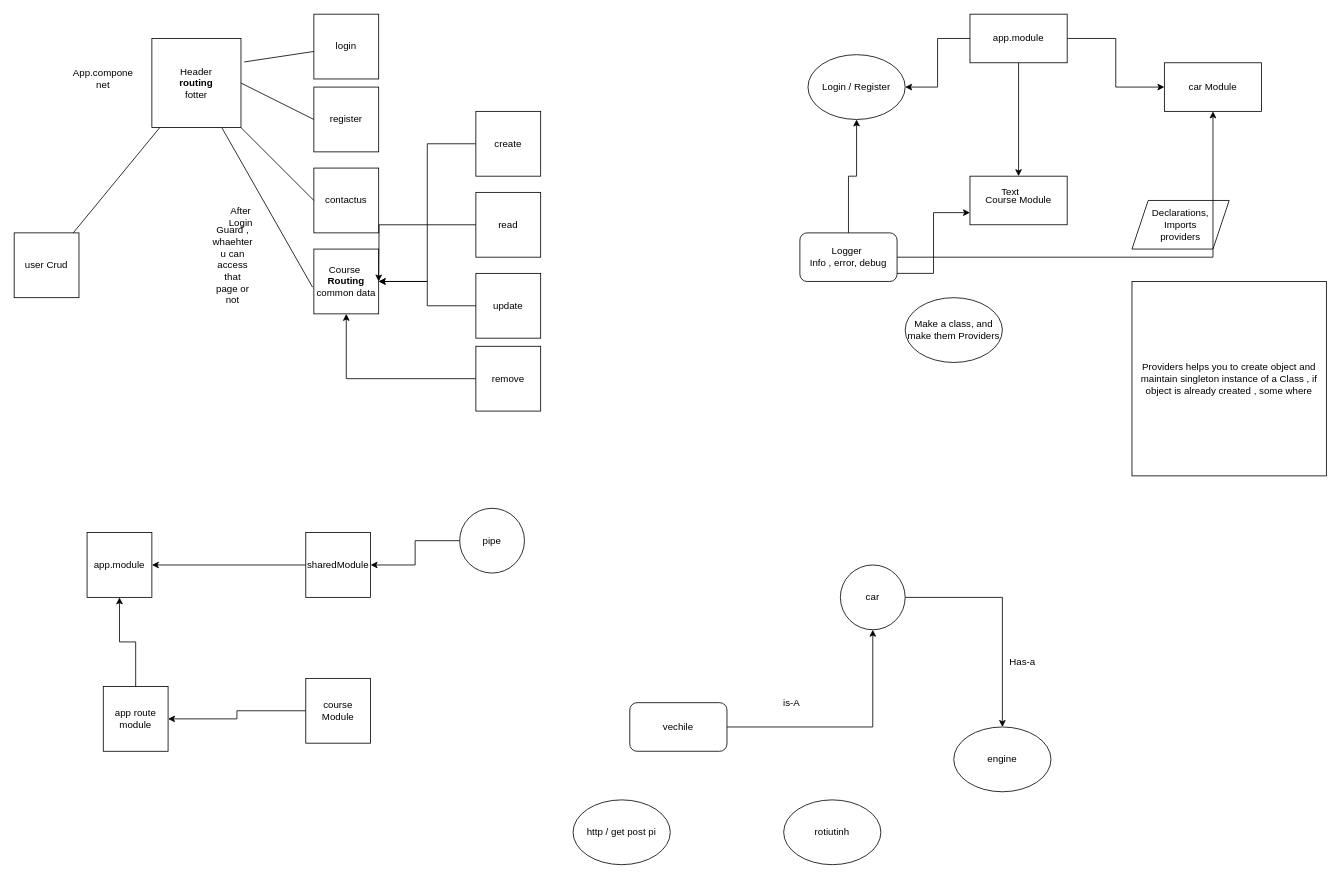
This is page "Page-1" (1 of 2) of course.drawio from lblower/angular-basics, a draw.io file, before an edit. Source tidied: cells renumbered, new cells numbered last; positions are measured from the earlier drawing's top-left corner, leaving out a move shared by most shapes. Both pictures are drawn from the tidied source at 81%, with x=0, y=0 at pixel (14, 14).
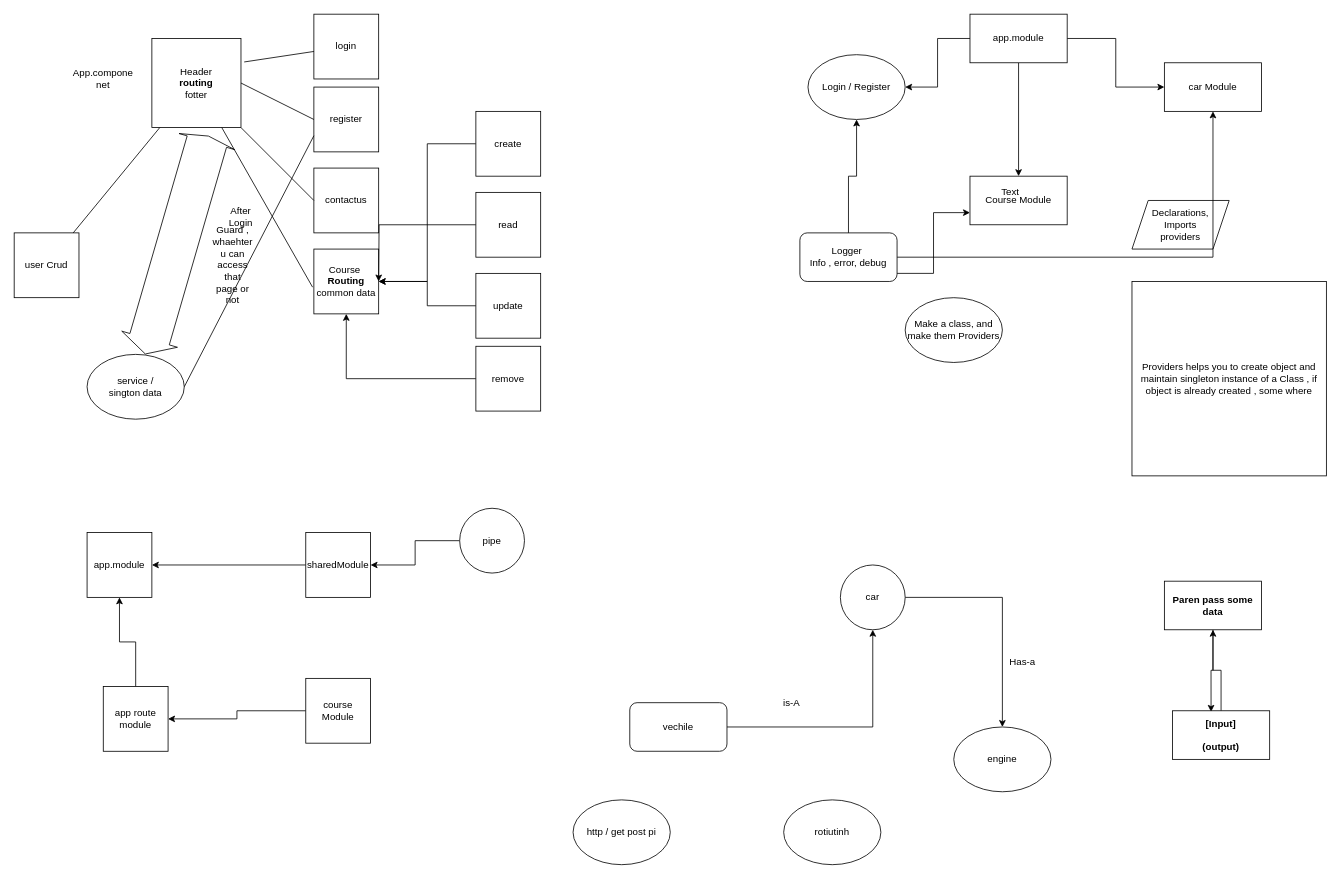
After the change.

The change refers to these unchanged cells:
```xml
<mxCell id="5" value="register" style="whiteSpace=wrap;html=1;" parent="1" vertex="1">
  <mxGeometry x="370" y="90" width="80" height="80" as="geometry" />
</mxCell>
```

What changed in the source:
```diff
@@
+    <mxCell id="57" style="edgeStyle=orthogonalEdgeStyle;rounded=0;jettySize=auto;html=1;entryX=0.397;entryY=0.022;entryDx=0;entryDy=0;entryPerimeter=0;" parent="1" edge="1" source="58" target="60">
+      <mxGeometry relative="1" as="geometry" />
+    </mxCell>
+    <mxCell id="58" value="&lt;b&gt;Paren pass some data&lt;/b&gt;" style="rounded=0;whiteSpace=wrap;html=1;" parent="1" vertex="1">
+      <mxGeometry x="1420" y="700" width="120" height="60" as="geometry" />
+    </mxCell>
+    <mxCell id="59" style="edgeStyle=orthogonalEdgeStyle;rounded=0;jettySize=auto;html=1;" parent="1" edge="1" source="60" target="58">
+      <mxGeometry relative="1" as="geometry" />
+    </mxCell>
+    <mxCell id="60" value="&lt;b&gt;[Input]&lt;br&gt;&lt;br&gt;(output)&lt;/b&gt;" style="rounded=0;whiteSpace=wrap;html=1;" parent="1" vertex="1">
+      <mxGeometry x="1430" y="860" width="120" height="60" as="geometry" />
+    </mxCell>
+    <mxCell id="61" value="service /&lt;br&gt;sington data" style="ellipse;whiteSpace=wrap;html=1;" parent="1" vertex="1">
+      <mxGeometry x="90" y="420" width="120" height="80" as="geometry" />
+    </mxCell>
+    <mxCell id="62" style="endArrow=none;html=1;entryX=0;entryY=0.75;entryDx=0;entryDy=0;" parent="1" edge="1" target="5">
+      <mxGeometry relative="1" as="geometry">
+        <mxPoint x="210" y="460" as="sourcePoint" />
+      </mxGeometry>
+    </mxCell>
+    <mxCell id="63" style="shape=flexArrow;endArrow=classic;startArrow=classic;html=1;exitX=0.598;exitY=0;exitDx=0;exitDy=0;exitPerimeter=0;width=50.588235294117645;endSize=2.0352941176470587;" parent="1" edge="1" source="61">
+      <mxGeometry relative="1" as="geometry">
+        <mxPoint x="240" y="150" as="targetPoint" />
+      </mxGeometry>
+    </mxCell>
```
